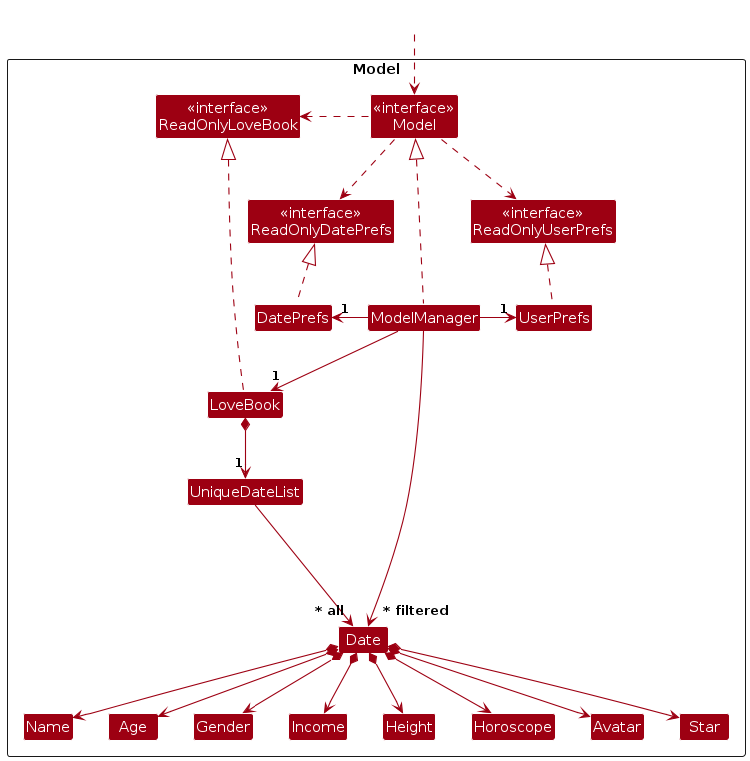
The PlantUML diagram diagrams/ModelClassDiagram.png in AY2324S1-CS2103T-F10-2/tp, before a commit. Its source is kept beside it as diagrams/ModelClassDiagram.puml.
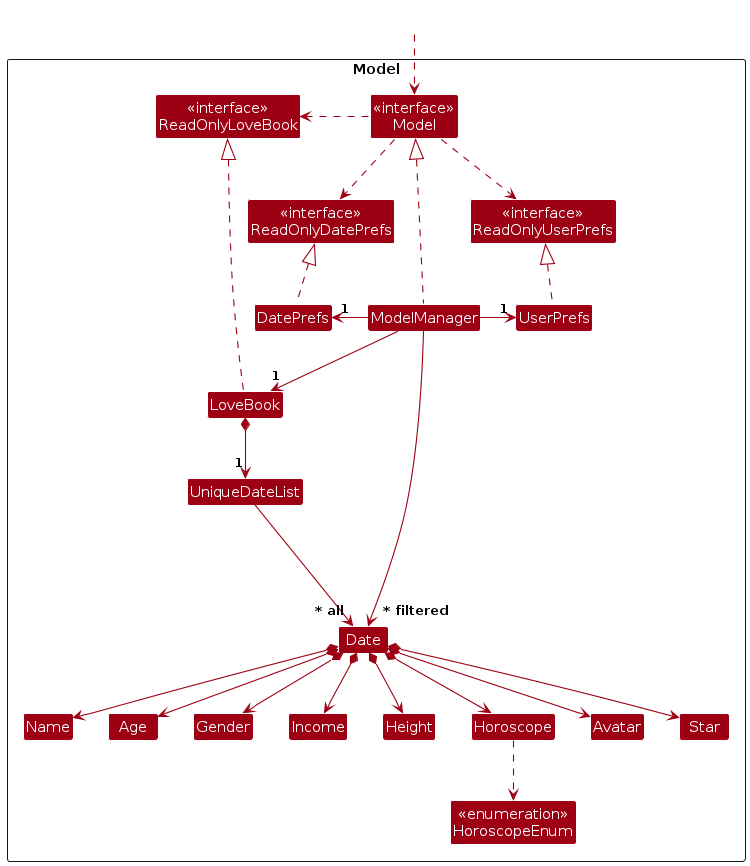
The same file after the commit.

The edit, as a diff of the source:
```diff
@@ -18,6 +18,7 @@
 Class UniqueDateList
 Class Date
 Class Horoscope
+Class "<<enumeration>>\nHoroscopeEnum" as HoroscopeEnum
 Class Gender
 Class Name
 Class Age
@@ -56,6 +57,8 @@
 Date *--> Star
 Date *--> Avatar
 
+Horoscope ..> HoroscopeEnum
+
 Date -[hidden]up--> I
 UniqueDateList -[hidden]right-> I
 
```
